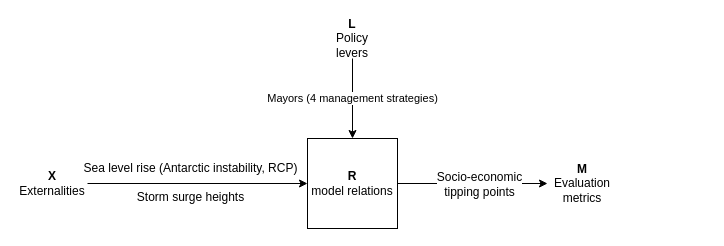
Earlier version of the draw.io diagram Drawings/XLRM.dio (keesvanginkel/Urban-SETP). Source tidied: cells renumbered, new cells numbered last; positions are measured from the earlier drawing's top-left corner, leaving out a move shared by most shapes. Both pictures are drawn from the tidied source at 100%, with x=0, y=0 at pixel (17, 18).
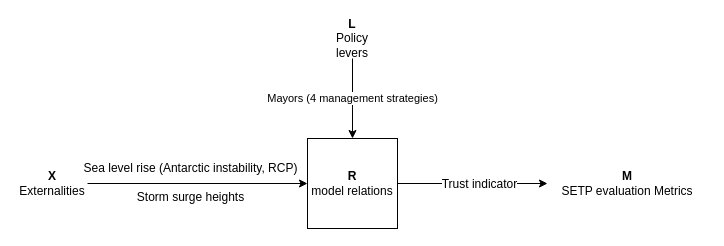
The same diagram, later.

The edit, as a diff of the source:
```diff
@@
 <mxGraphModel background="#ffffff">
   <root>
     <mxCell id="0" />
     <mxCell id="1" parent="0" />
     <mxCell id="2" style="edgeStyle=orthogonalEdgeStyle;rounded=0;html=1;exitX=1;exitY=0.5;jettySize=auto;" parent="1" edge="1" source="4" target="10">
       <mxGeometry relative="1" as="geometry" />
     </mxCell>
-    <mxCell id="3" value="Socio-economic&lt;div&gt;tipping points&lt;/div&gt;" style="text;html=1;align=center;verticalAlign=middle;labelBackgroundColor=#ffffff;" parent="2" vertex="1">
+    <mxCell id="3" value="Trust indicator" style="text;html=1;align=center;verticalAlign=middle;labelBackgroundColor=#ffffff;" parent="2" vertex="1">
       <mxGeometry x="0.3" y="2" relative="1" as="geometry">
         <mxPoint x="-17" y="2" as="offset" />
       </mxGeometry>
     </mxCell>
     <mxCell id="4" value="&lt;b&gt;R&lt;/b&gt;&lt;div&gt;model relations&lt;/div&gt;" style="whiteSpace=wrap;html=1;" parent="1" vertex="1">
       <mxGeometry x="290" y="120" width="90" height="90" as="geometry" />
     </mxCell>
     <mxCell id="5" value="&lt;div&gt;&lt;b&gt;X&lt;/b&gt;&lt;/div&gt;Externalities" style="text;html=1;strokeColor=none;fillColor=none;align=center;verticalAlign=middle;whiteSpace=wrap;rounded=0;" parent="1" vertex="1">
       <mxGeometry y="155" width="70" height="20" as="geometry" />
     </mxCell>
     <mxCell id="6" style="endArrow=classic;html=1;entryX=0;entryY=0.5;" parent="1" edge="1" source="5" target="4">
       <mxGeometry relative="1" as="geometry" />
     </mxCell>
     <mxCell id="7" value="Sea level rise (Antarctic instability, RCP)&lt;div&gt;&lt;br&gt;&lt;div&gt;Storm surge heights&lt;/div&gt;&lt;/div&gt;" style="text;html=1;align=center;verticalAlign=middle;labelBackgroundColor=none;" parent="6" vertex="1">
       <mxGeometry x="0.23" y="-3" relative="1" as="geometry">
         <mxPoint x="-33" y="-5" as="offset" />
       </mxGeometry>
     </mxCell>
     <mxCell id="8" value="Mayors (4 management strategies)" style="edgeStyle=orthogonalEdgeStyle;rounded=0;html=1;jettySize=auto;" parent="1" edge="1" source="9" target="4">
       <mxGeometry relative="1" as="geometry" />
     </mxCell>
     <mxCell id="9" value="&lt;div&gt;&lt;b&gt;L&lt;/b&gt;&lt;/div&gt;Policy levers" style="text;html=1;strokeColor=none;fillColor=none;align=center;verticalAlign=middle;whiteSpace=wrap;rounded=0;" parent="1" vertex="1">
       <mxGeometry x="315" width="40" height="40" as="geometry" />
     </mxCell>
-    <mxCell id="10" value="&lt;div&gt;&lt;b&gt;M&lt;/b&gt;&lt;/div&gt;Evaluation metrics" style="text;html=1;strokeColor=none;fillColor=none;align=center;verticalAlign=middle;whiteSpace=wrap;rounded=0;" parent="1" vertex="1">
-      <mxGeometry x="530" y="145" width="70" height="40" as="geometry" />
+    <mxCell id="10" value="&lt;div&gt;&lt;b&gt;M&lt;/b&gt;&lt;/div&gt;&lt;div&gt;SETP evaluation Metrics&lt;/div&gt;" style="text;html=1;strokeColor=none;fillColor=none;align=center;verticalAlign=middle;whiteSpace=wrap;rounded=0;" parent="1" vertex="1">
+      <mxGeometry x="530" y="145" width="160" height="40" as="geometry" />
     </mxCell>
   </root>
 </mxGraphModel>
```
